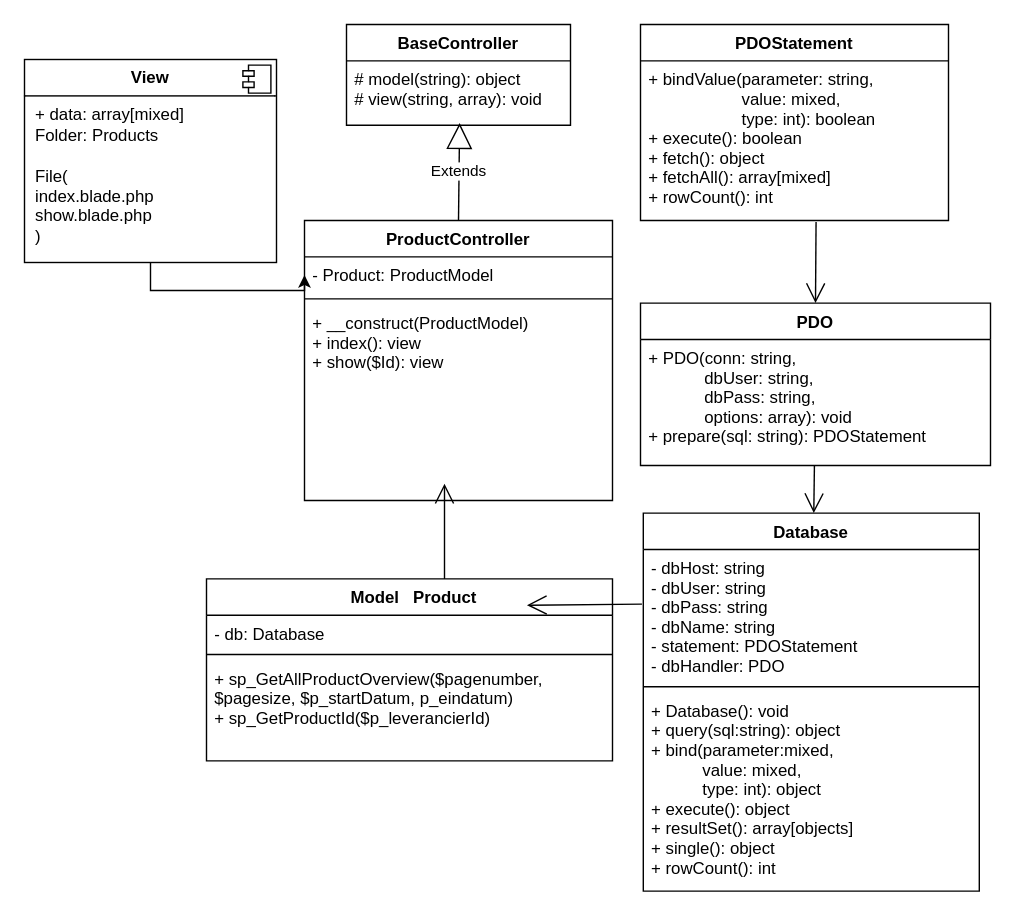
The draw.io diagram Sjabloon/Klassendiagram_example_V3.drawio in DannyEdelbroek/BE-opdracht-1-334855, before the edit. Source tidied: cells renumbered, new cells numbered last; positions are measured from the earlier drawing's top-left corner, leaving out a move shared by most shapes. Both pictures are drawn from the tidied source at 140%, with x=0, y=0 at pixel (24, 24).
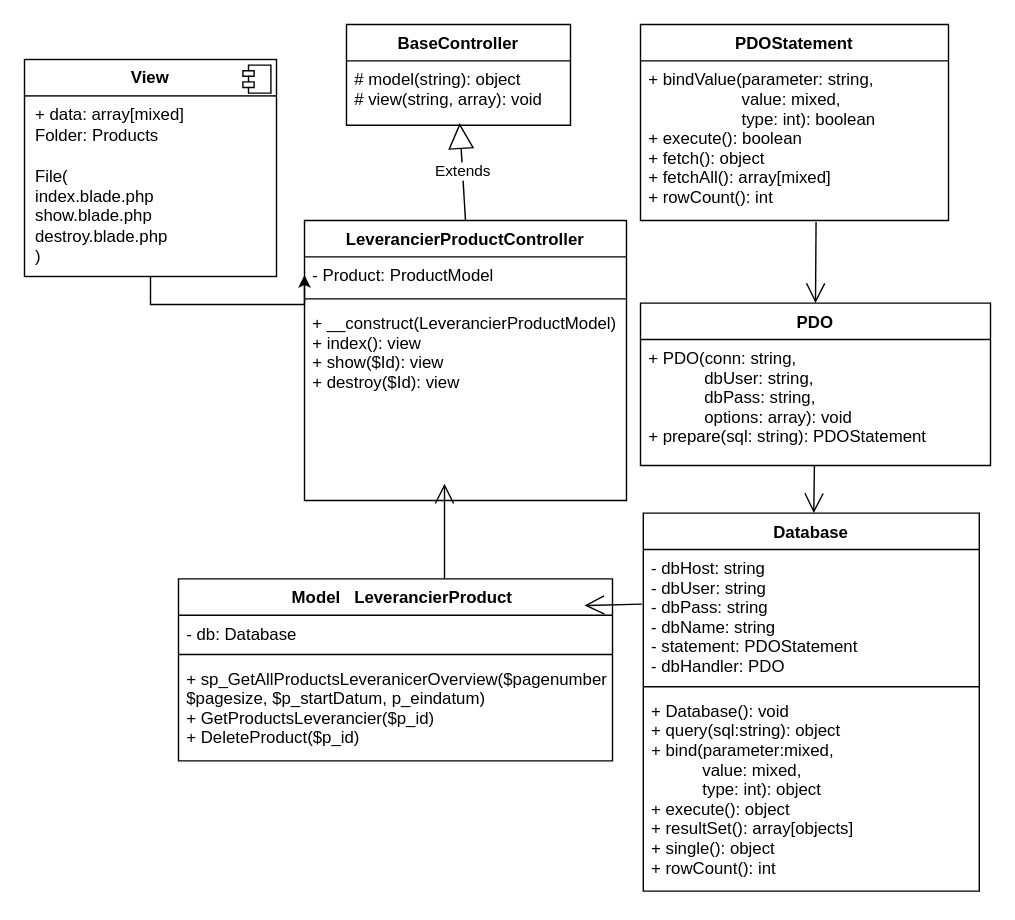
The same page after the edit.

The change refers to these unchanged cells:
```xml
<mxCell id="13" value="- dbHost: string&#10;- dbUser: string&#10;- dbPass: string&#10;- dbName: string&#10;- statement: PDOStatement&#10;- dbHandler: PDO" style="text;strokeColor=none;fillColor=none;align=left;verticalAlign=top;spacingLeft=4;spacingRight=4;overflow=hidden;points=[[0,0.5],[1,0.5]];portConstraint=eastwest;" parent="12" vertex="1">
  <mxGeometry y="26" width="240" height="94" as="geometry" />
</mxCell>
```

What changed in the source:
```diff
@@
-    <mxCell id="2" value="ProductController" style="swimlane;fontStyle=1;align=center;verticalAlign=top;horizontal=1;startSize=26;" parent="1" vertex="1">
-      <mxGeometry x="200" y="140" width="220" height="200" as="geometry" />
+    <mxCell id="2" value="LeverancierProductController" style="swimlane;fontStyle=1;align=center;verticalAlign=top;horizontal=1;startSize=26;" parent="1" vertex="1">
+      <mxGeometry x="200" y="140" width="230" height="200" as="geometry" />
     </mxCell>
     <mxCell id="3" value="- Product: ProductModel" style="text;strokeColor=none;fillColor=none;align=left;verticalAlign=top;spacingLeft=4;spacingRight=4;overflow=hidden;points=[[0,0.5],[1,0.5]];portConstraint=eastwest;" parent="2" vertex="1">
-      <mxGeometry y="26" width="220" height="26" as="geometry" />
+      <mxGeometry y="26" width="230" height="26" as="geometry" />
     </mxCell>
     <mxCell id="4" style="line;strokeWidth=1;fillColor=none;align=left;verticalAlign=middle;spacingTop=-1;spacingLeft=3;spacingRight=3;labelPosition=right;strokeColor=inherit;" parent="2" vertex="1">
-      <mxGeometry y="52" width="220" height="8" as="geometry" />
+      <mxGeometry y="52" width="230" height="8" as="geometry" />
     </mxCell>
-    <mxCell id="5" value="+ __construct(ProductModel)  &#10;+ index(): view&#10;+ show($Id): view&#10;&#10;" style="text;strokeColor=none;fillColor=none;align=left;verticalAlign=top;spacingLeft=4;spacingRight=4;overflow=hidden;" parent="2" vertex="1">
-      <mxGeometry y="60" width="220" height="140" as="geometry" />
+    <mxCell id="5" value="+ __construct(LeverancierProductModel)  &#10;+ index(): view&#10;+ show($Id): view&#10;+ destroy($Id): view&#10;&#10;&#10;" style="text;strokeColor=none;fillColor=none;align=left;verticalAlign=top;spacingLeft=4;spacingRight=4;overflow=hidden;" parent="2" vertex="1">
+      <mxGeometry y="60" width="230" height="140" as="geometry" />
     </mxCell>
@@
-    <mxCell id="8" value="   Model   Product " style="swimlane;fontStyle=1;align=center;verticalAlign=top;horizontal=1;startSize=26;" parent="1" vertex="1">
-      <mxGeometry x="130" y="396" width="290" height="130" as="geometry" />
+    <mxCell id="8" value="   Model   LeverancierProduct" style="swimlane;fontStyle=1;align=center;verticalAlign=top;horizontal=1;startSize=26;" parent="1" vertex="1">
+      <mxGeometry x="110" y="396" width="310" height="130" as="geometry" />
     </mxCell>
     <mxCell id="9" value="- db: Database" style="text;strokeColor=none;fillColor=none;align=left;verticalAlign=top;spacingLeft=4;spacingRight=4;overflow=hidden;" parent="8" vertex="1">
-      <mxGeometry y="26" width="290" height="24" as="geometry" />
+      <mxGeometry y="26" width="310" height="24" as="geometry" />
     </mxCell>
     <mxCell id="10" style="line;strokeWidth=1;fillColor=none;align=left;verticalAlign=middle;spacingTop=-1;spacingLeft=3;spacingRight=3;labelPosition=right;strokeColor=inherit;" parent="8" vertex="1">
-      <mxGeometry y="50" width="290" height="8" as="geometry" />
+      <mxGeometry y="50" width="310" height="8" as="geometry" />
     </mxCell>
-    <mxCell id="11" value="+ sp_GetAllProductOverview($pagenumber, &#10;$pagesize, $p_startDatum, p_eindatum)&#10;+ sp_GetProductId($p_leverancierId)&#10;" style="text;strokeColor=none;fillColor=none;align=left;verticalAlign=top;spacingLeft=4;spacingRight=4;overflow=hidden;" parent="8" vertex="1">
-      <mxGeometry y="58" width="290" height="72" as="geometry" />
+    <mxCell id="11" value="+ sp_GetAllProductsLeveranicerOverview($pagenumber, &#10;$pagesize, $p_startDatum, p_eindatum)&#10;+ GetProductsLeverancier($p_id)&#10;+ DeleteProduct($p_id)" style="text;strokeColor=none;fillColor=none;align=left;verticalAlign=top;spacingLeft=4;spacingRight=4;overflow=hidden;" parent="8" vertex="1">
+      <mxGeometry y="58" width="310" height="72" as="geometry" />
     </mxCell>
@@
-    <mxCell id="23" style="endArrow=open;endFill=1;endSize=12;html=1;rounded=0;exitX=-0.004;exitY=0.415;exitDx=0;exitDy=0;exitPerimeter=0;entryX=0.996;entryY=0.386;entryDx=0;entryDy=0;entryPerimeter=0;" parent="1" edge="1" source="13">
+    <mxCell id="23" style="endArrow=open;endFill=1;endSize=12;html=1;rounded=0;exitX=-0.004;exitY=0.415;exitDx=0;exitDy=0;exitPerimeter=0;" parent="1" edge="1" source="13">
       <mxGeometry relative="1" as="geometry">
-        <mxPoint x="358.9" y="414.8" as="targetPoint" />
+        <mxPoint x="400" y="415" as="targetPoint" />
       </mxGeometry>
     </mxCell>
@@
-    <mxCell id="26" value="&lt;p style=&quot;margin:0px;margin-top:6px;text-align:center;&quot;&gt;&lt;b&gt;View&lt;/b&gt;&lt;/p&gt;&lt;hr size=&quot;1&quot; style=&quot;border-style:solid;&quot;&gt;&lt;p style=&quot;margin:0px;margin-left:8px;&quot;&gt;+ data: array[mixed]&amp;nbsp;&lt;/p&gt;&lt;p style=&quot;margin: 0px 0px 0px 8px;&quot;&gt;Folder: Products&lt;/p&gt;&lt;p style=&quot;margin: 0px 0px 0px 8px;&quot;&gt;&lt;br&gt;&lt;/p&gt;&lt;p style=&quot;margin: 0px 0px 0px 8px;&quot;&gt;File(&lt;/p&gt;&lt;p style=&quot;margin: 0px 0px 0px 8px;&quot;&gt;index.blade.php&lt;/p&gt;&lt;p style=&quot;margin: 0px 0px 0px 8px;&quot;&gt;show.blade.php&lt;/p&gt;&lt;p style=&quot;margin: 0px 0px 0px 8px;&quot;&gt;)&lt;/p&gt;" style="align=left;overflow=fill;html=1;whiteSpace=wrap;" parent="1" vertex="1">
-      <mxGeometry y="25" width="180" height="145" as="geometry" />
+    <mxCell id="26" value="&lt;p style=&quot;margin:0px;margin-top:6px;text-align:center;&quot;&gt;&lt;b&gt;View&lt;/b&gt;&lt;/p&gt;&lt;hr size=&quot;1&quot; style=&quot;border-style:solid;&quot;&gt;&lt;p style=&quot;margin:0px;margin-left:8px;&quot;&gt;+ data: array[mixed]&amp;nbsp;&lt;/p&gt;&lt;p style=&quot;margin: 0px 0px 0px 8px;&quot;&gt;Folder: Products&lt;/p&gt;&lt;p style=&quot;margin: 0px 0px 0px 8px;&quot;&gt;&lt;br&gt;&lt;/p&gt;&lt;p style=&quot;margin: 0px 0px 0px 8px;&quot;&gt;File(&lt;/p&gt;&lt;p style=&quot;margin: 0px 0px 0px 8px;&quot;&gt;index.blade.php&lt;/p&gt;&lt;p style=&quot;margin: 0px 0px 0px 8px;&quot;&gt;show.blade.php&lt;/p&gt;&lt;p style=&quot;margin: 0px 0px 0px 8px;&quot;&gt;destroy.blade.php&lt;/p&gt;&lt;p style=&quot;margin: 0px 0px 0px 8px;&quot;&gt;)&lt;/p&gt;" style="align=left;overflow=fill;html=1;whiteSpace=wrap;" parent="1" vertex="1">
+      <mxGeometry y="25" width="180" height="155" as="geometry" />
     </mxCell>
```
